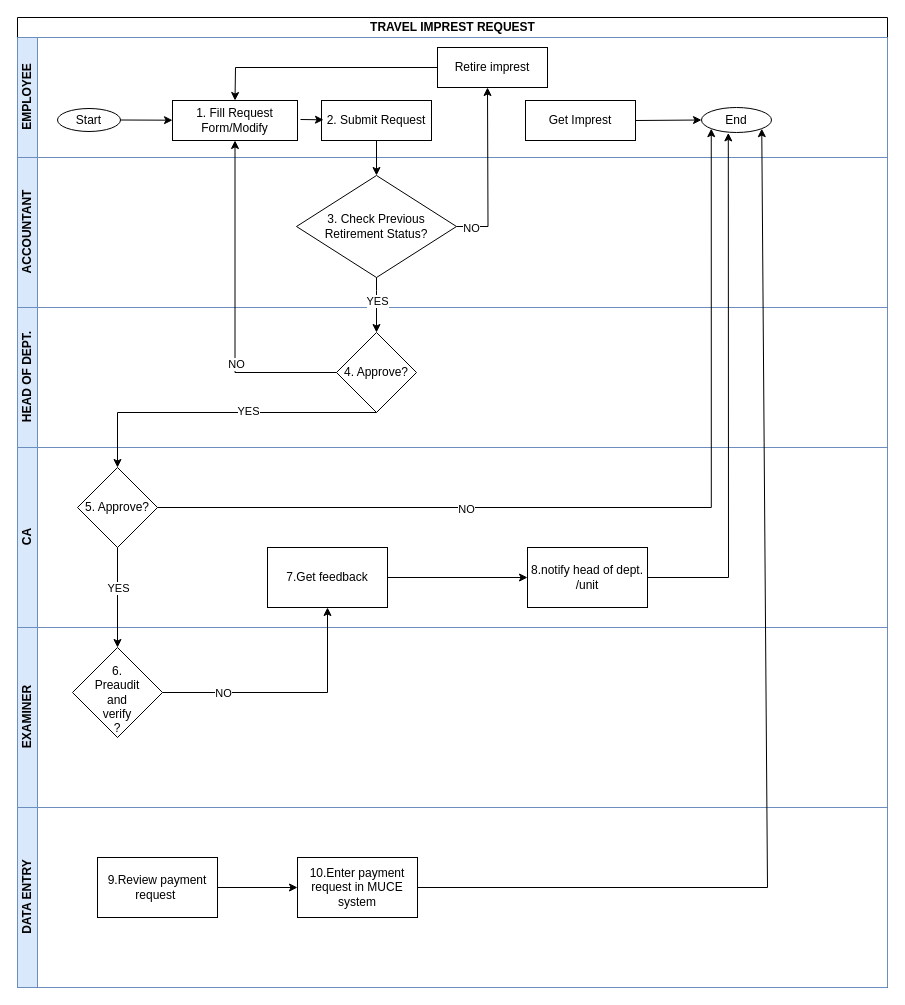
MbalamulaS/tech-diagrams keeps this draw.io diagram as page "imprest request" (3 of 9) of wajibika/wajibika-sketches.drawio. Above is the earlier version. Source tidied: cells renumbered, new cells numbered last; positions are measured from the earlier drawing's top-left corner, leaving out a move shared by most shapes. Both pictures are drawn from the tidied source at 100%, with x=0, y=0 at pixel (17, 17).
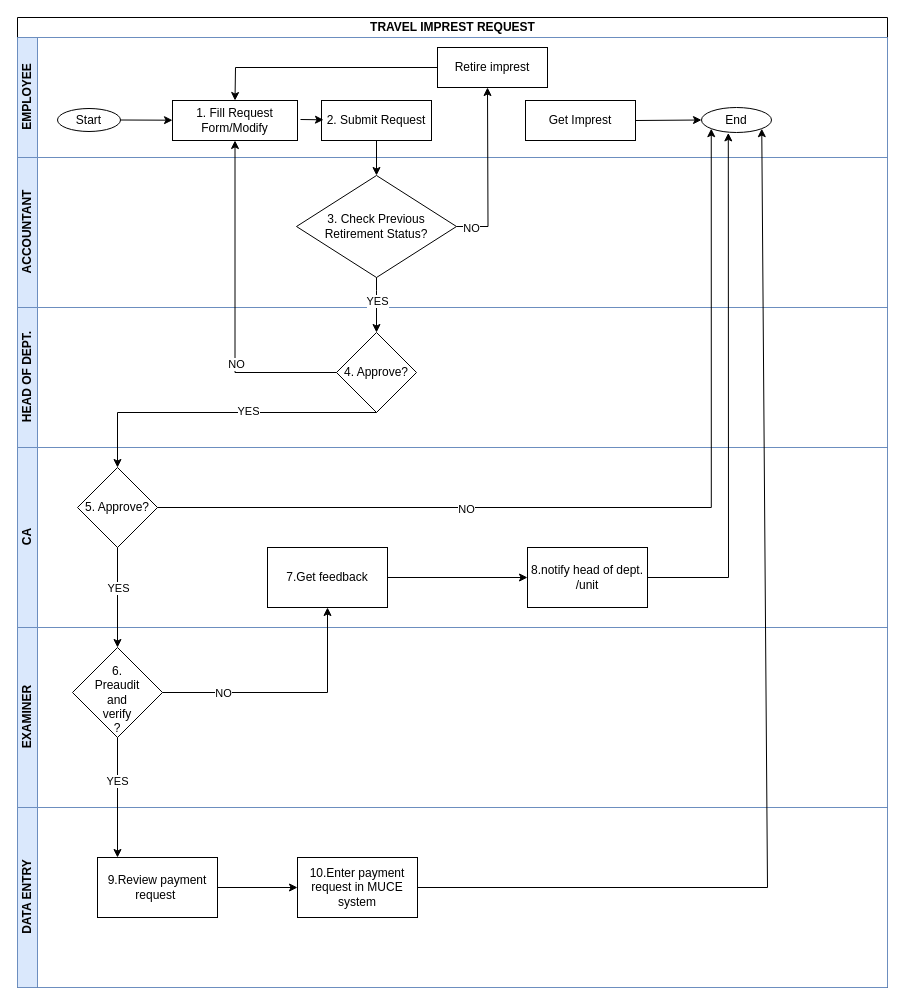
The same diagram, later.

The change refers to these unchanged cells:
```xml
<mxCell id="27" value="&lt;div&gt;&lt;br&gt;&lt;/div&gt;&lt;div&gt;&lt;br&gt;&lt;/div&gt;6.&lt;div&gt;Preaudit&lt;br&gt;&lt;div&gt;and&lt;/div&gt;&lt;div&gt;verify&lt;/div&gt;&lt;div&gt;&lt;span style=&quot;background-color: initial;&quot;&gt;?&lt;/span&gt;&lt;/div&gt;&lt;div&gt;&lt;div&gt;&lt;br&gt;&lt;/div&gt;&lt;/div&gt;&lt;/div&gt;" style="rhombus;whiteSpace=wrap;html=1;" parent="26" vertex="1">
  <mxGeometry x="55" y="20" width="90" height="90" as="geometry" />
</mxCell>
```

Diff of the diagram source:
```diff
@@
+    <mxCell id="46" style="endArrow=classic;html=1;rounded=0;exitX=0.5;exitY=1;exitDx=0;exitDy=0;" parent="1" edge="1" source="27">
+      <mxGeometry relative="1" as="geometry">
+        <mxPoint x="100" y="840" as="targetPoint" />
+      </mxGeometry>
+    </mxCell>
+    <mxCell id="47" value="YES" style="edgeLabel;html=1;align=center;verticalAlign=middle;" parent="46" vertex="1">
+      <mxGeometry x="-0.29" y="-1" relative="1" as="geometry" />
+    </mxCell>
```
